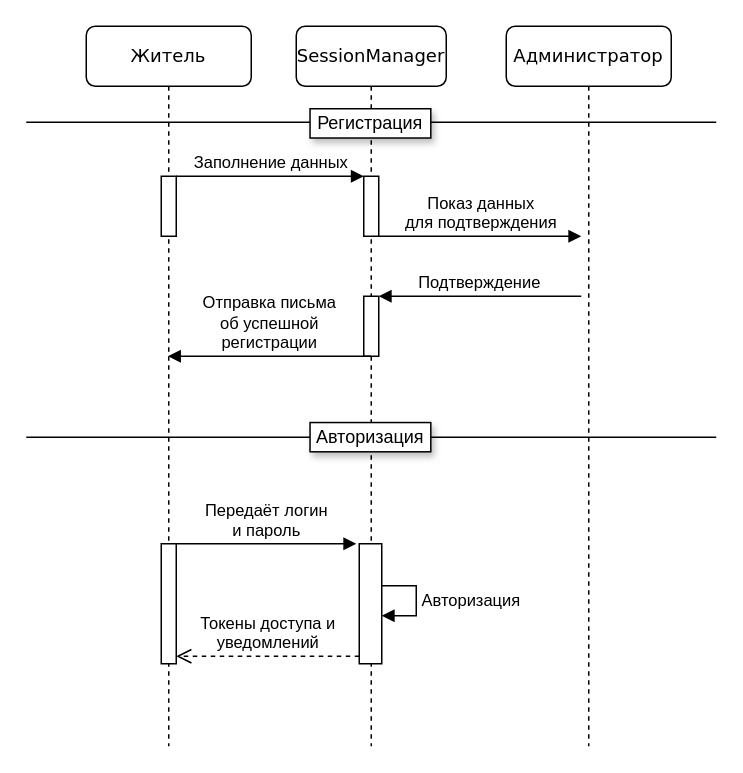
ArthurDavletov/ufanet_practice_zheu keeps this draw.io diagram as page "Авторизация" (1 of 3) of diagrams/sequence_diagram.drawio. Above is the earlier version. Source tidied: cells renumbered, new cells numbered last; positions are measured from the earlier drawing's top-left corner, leaving out a move shared by most shapes. Both pictures are drawn from the tidied source at 150%, with x=0, y=0 at pixel (26, 26).
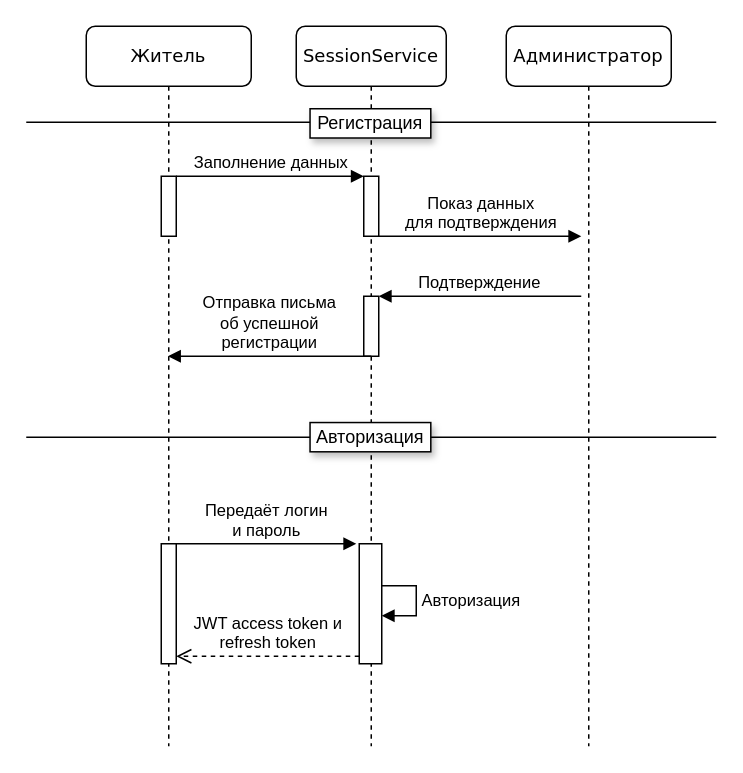
Above is the later version.

Unchanged cells that the change refers to:
```xml
<mxCell id="12" style="html=1;points=[[0,0,0,0,5],[0,1,0,0,-5],[1,0,0,0,5],[1,1,0,0,-5]];perimeter=orthogonalPerimeter;outlineConnect=0;targetShapes=umlLifeline;portConstraint=eastwest;newEdgeStyle={&quot;curved&quot;:0,&quot;rounded&quot;:0};" parent="1" vertex="1">
  <mxGeometry x="222" y="345" width="15" height="80" as="geometry" />
</mxCell>
<mxCell id="14" style="html=1;points=[[0,0,0,0,5],[0,1,0,0,-5],[1,0,0,0,5],[1,1,0,0,-5]];perimeter=orthogonalPerimeter;outlineConnect=0;targetShapes=umlLifeline;portConstraint=eastwest;newEdgeStyle={&quot;curved&quot;:0,&quot;rounded&quot;:0};" parent="1" vertex="1">
  <mxGeometry x="90" y="345" width="10" height="80" as="geometry" />
</mxCell>
```

What changed in the source:
```diff
@@
-    <mxCell id="2" value="SessionManager" style="shape=umlLifeline;perimeter=lifelinePerimeter;whiteSpace=wrap;html=1;rounded=1;shadow=0;comic=0;labelBackgroundColor=none;strokeWidth=1;fontFamily=Verdana;fontSize=12;align=center;" parent="1" vertex="1">
+    <mxCell id="2" value="SessionService" style="shape=umlLifeline;perimeter=lifelinePerimeter;whiteSpace=wrap;html=1;rounded=1;shadow=0;comic=0;labelBackgroundColor=none;strokeWidth=1;fontFamily=Verdana;fontSize=12;align=center;" parent="1" vertex="1">
       <mxGeometry x="180" width="100" height="480" as="geometry" />
     </mxCell>
@@
-    <mxCell id="16" value="Токены доступа и&lt;div&gt;уведомлений&lt;/div&gt;" style="html=1;verticalAlign=bottom;endArrow=open;dashed=1;endSize=8;curved=0;rounded=0;entryX=1;entryY=1;entryDx=0;entryDy=-5;entryPerimeter=0;" parent="1" edge="1" source="12" target="14">
+    <mxCell id="16" value="JWT access token и&lt;div&gt;refresh token&lt;/div&gt;" style="html=1;verticalAlign=bottom;endArrow=open;dashed=1;endSize=8;curved=0;rounded=0;entryX=1;entryY=1;entryDx=0;entryDy=-5;entryPerimeter=0;" parent="1" edge="1" source="12" target="14">
       <mxGeometry relative="1" as="geometry" />
     </mxCell>
```
